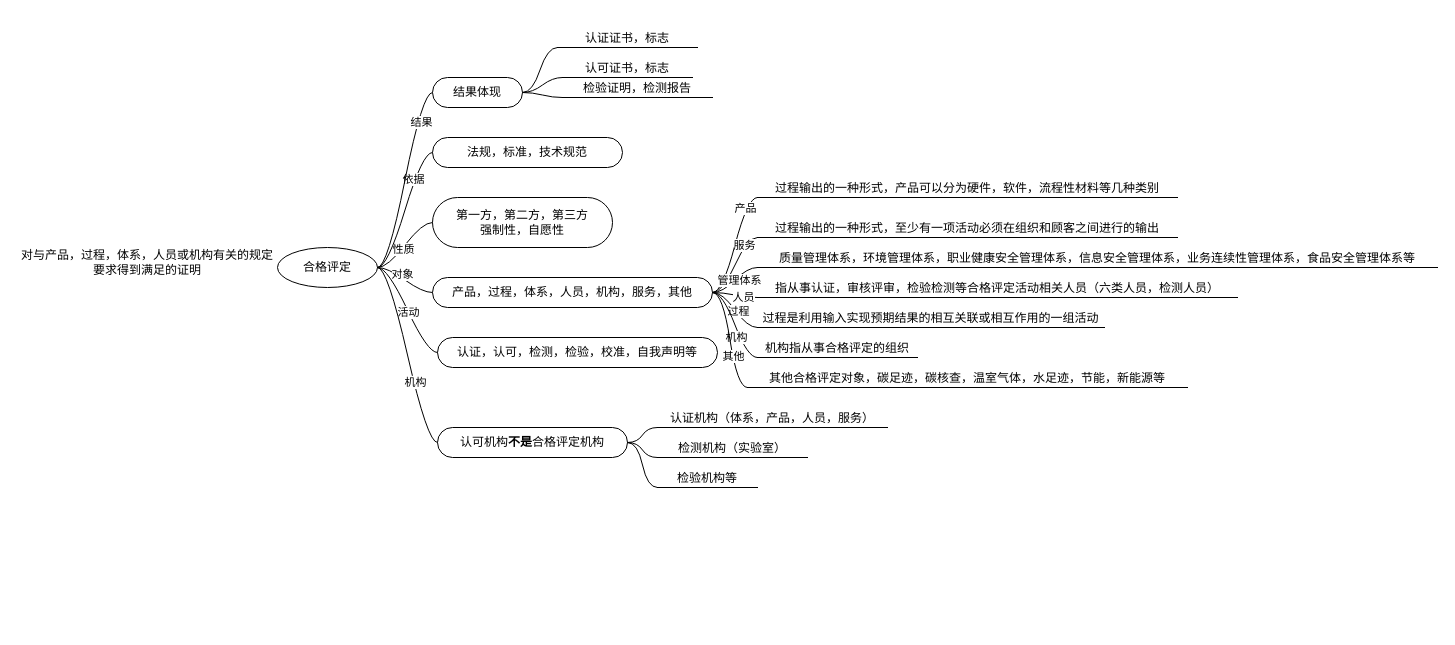
Before: 合格评定.drawio in f23505106/drawio, a draw.io diagram. Source tidied: cells renumbered, new cells numbered last; positions are measured from the earlier drawing's top-left corner, leaving out a move shared by most shapes. Both pictures are drawn from the tidied source at 100%, with x=0, y=0 at pixel (17, 17).
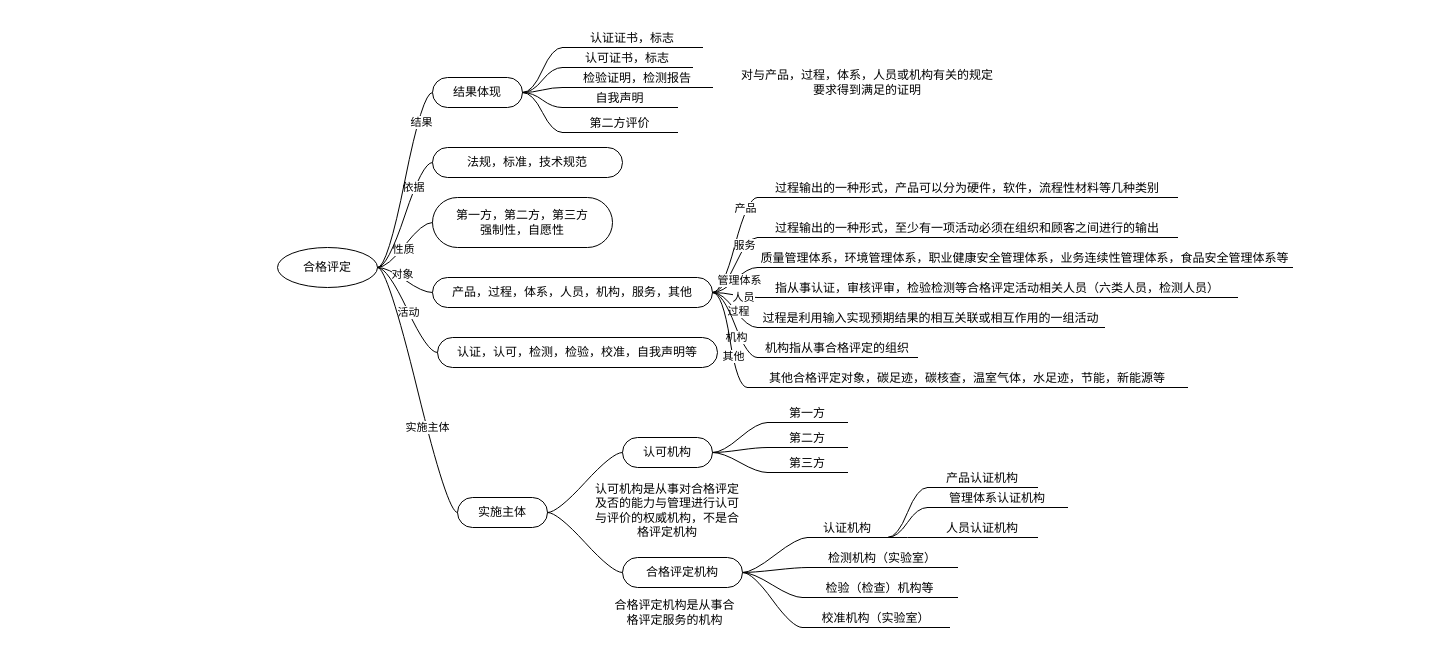
Above is the later version.

The change refers to these unchanged cells:
```xml
<mxCell id="35" style="edgeStyle=entityRelationEdgeStyle;startArrow=none;endArrow=none;segment=10;curved=1;sourcePerimeterSpacing=0;targetPerimeterSpacing=0;rounded=0;exitX=1;exitY=0.5;exitDx=0;exitDy=0;" parent="1" edge="1" source="2" target="34">
  <mxGeometry relative="1" as="geometry" />
</mxCell>
<mxCell id="46" value="结果体现" style="whiteSpace=wrap;html=1;rounded=1;arcSize=50;align=center;verticalAlign=middle;strokeWidth=1;spacing=4;newEdgeStyle={&quot;edgeStyle&quot;:&quot;entityRelationEdgeStyle&quot;,&quot;startArrow&quot;:&quot;none&quot;,&quot;endArrow&quot;:&quot;none&quot;,&quot;segment&quot;:10,&quot;curved&quot;:1,&quot;sourcePerimeterSpacing&quot;:0,&quot;targetPerimeterSpacing&quot;:0};" parent="1" vertex="1">
  <mxGeometry x="415" y="60" width="90" height="30" as="geometry" />
</mxCell>
```

The edit, as a diff of the source:
```diff
@@
     <mxCell id="3" value="对与产品，过程，体系，人员或机构有关的规定要求得到满足的证明" style="text;html=1;strokeColor=none;fillColor=none;align=center;verticalAlign=middle;whiteSpace=wrap;rounded=0;" parent="1" vertex="1">
-      <mxGeometry y="230" width="260" height="30" as="geometry" />
+      <mxGeometry x="720" y="50" width="260" height="30" as="geometry" />
     </mxCell>
@@
-    <mxCell id="16" value="质量管理体系，环境管理体系，职业健康安全管理体系，信息安全管理体系，业务连续性管理体系，食品安全管理体系等" style="whiteSpace=wrap;html=1;shape=partialRectangle;top=0;left=0;bottom=1;right=0;points=[[0,1],[1,1]];fillColor=none;align=center;verticalAlign=bottom;routingCenterY=0.5;snapToPoint=1;newEdgeStyle={&quot;edgeStyle&quot;:&quot;entityRelationEdgeStyle&quot;,&quot;startArrow&quot;:&quot;none&quot;,&quot;endArrow&quot;:&quot;none&quot;,&quot;segment&quot;:10,&quot;curved&quot;:1,&quot;sourcePerimeterSpacing&quot;:0,&quot;targetPerimeterSpacing&quot;:0};" parent="1" vertex="1">
-      <mxGeometry x="740" y="230" width="680" height="20" as="geometry" />
+    <mxCell id="16" value="质量管理体系，环境管理体系，职业健康安全管理体系，业务连续性管理体系，食品安全管理体系等" style="whiteSpace=wrap;html=1;shape=partialRectangle;top=0;left=0;bottom=1;right=0;points=[[0,1],[1,1]];fillColor=none;align=center;verticalAlign=bottom;routingCenterY=0.5;snapToPoint=1;newEdgeStyle={&quot;edgeStyle&quot;:&quot;entityRelationEdgeStyle&quot;,&quot;startArrow&quot;:&quot;none&quot;,&quot;endArrow&quot;:&quot;none&quot;,&quot;segment&quot;:10,&quot;curved&quot;:1,&quot;sourcePerimeterSpacing&quot;:0,&quot;targetPerimeterSpacing&quot;:0};" parent="1" vertex="1">
+      <mxGeometry x="740" y="220" width="535" height="30" as="geometry" />
     </mxCell>
@@
-    <mxCell id="34" value="认可机构&lt;b&gt;不是&lt;/b&gt;合格评定机构" style="whiteSpace=wrap;html=1;rounded=1;arcSize=50;align=center;verticalAlign=middle;strokeWidth=1;spacing=4;newEdgeStyle={&quot;edgeStyle&quot;:&quot;entityRelationEdgeStyle&quot;,&quot;startArrow&quot;:&quot;none&quot;,&quot;endArrow&quot;:&quot;none&quot;,&quot;segment&quot;:10,&quot;curved&quot;:1,&quot;sourcePerimeterSpacing&quot;:0,&quot;targetPerimeterSpacing&quot;:0};" parent="1" vertex="1">
-      <mxGeometry x="420" y="410" width="190" height="30" as="geometry" />
+    <mxCell id="34" value="实施主体" style="whiteSpace=wrap;html=1;rounded=1;arcSize=50;align=center;verticalAlign=middle;strokeWidth=1;spacing=4;newEdgeStyle={&quot;edgeStyle&quot;:&quot;entityRelationEdgeStyle&quot;,&quot;startArrow&quot;:&quot;none&quot;,&quot;endArrow&quot;:&quot;none&quot;,&quot;segment&quot;:10,&quot;curved&quot;:1,&quot;sourcePerimeterSpacing&quot;:0,&quot;targetPerimeterSpacing&quot;:0};" parent="1" vertex="1">
+      <mxGeometry x="440" y="480" width="90" height="30" as="geometry" />
     </mxCell>
@@
-    <mxCell id="36" value="机构" style="edgeLabel;html=1;align=center;verticalAlign=middle;" parent="35" vertex="1">
+    <mxCell id="36" value="实施主体" style="edgeLabel;html=1;align=center;verticalAlign=middle;" parent="35" vertex="1">
       <mxGeometry x="0.28" y="1" relative="1" as="geometry" />
     </mxCell>
-    <mxCell id="37" value="认证机构（体系，产品，人员，服务）" style="whiteSpace=wrap;html=1;shape=partialRectangle;top=0;left=0;bottom=1;right=0;points=[[0,1],[1,1]];fillColor=none;align=center;verticalAlign=bottom;routingCenterY=0.5;snapToPoint=1;newEdgeStyle={&quot;edgeStyle&quot;:&quot;entityRelationEdgeStyle&quot;,&quot;startArrow&quot;:&quot;none&quot;,&quot;endArrow&quot;:&quot;none&quot;,&quot;segment&quot;:10,&quot;curved&quot;:1,&quot;sourcePerimeterSpacing&quot;:0,&quot;targetPerimeterSpacing&quot;:0};" parent="1" vertex="1">
-      <mxGeometry x="640" y="380" width="230" height="30" as="geometry" />
+    <mxCell id="37" value="认证机构" style="whiteSpace=wrap;html=1;shape=partialRectangle;top=0;left=0;bottom=1;right=0;points=[[0,1],[1,1]];fillColor=none;align=center;verticalAlign=bottom;routingCenterY=0.5;snapToPoint=1;newEdgeStyle={&quot;edgeStyle&quot;:&quot;entityRelationEdgeStyle&quot;,&quot;startArrow&quot;:&quot;none&quot;,&quot;endArrow&quot;:&quot;none&quot;,&quot;segment&quot;:10,&quot;curved&quot;:1,&quot;sourcePerimeterSpacing&quot;:0,&quot;targetPerimeterSpacing&quot;:0};" parent="1" vertex="1">
+      <mxGeometry x="790" y="490" width="80" height="30" as="geometry" />
     </mxCell>
-    <mxCell id="38" style="edgeStyle=entityRelationEdgeStyle;startArrow=none;endArrow=none;segment=10;curved=1;sourcePerimeterSpacing=0;targetPerimeterSpacing=0;rounded=0;exitX=1;exitY=0.5;exitDx=0;exitDy=0;" parent="1" edge="1" source="34" target="37">
+    <mxCell id="38" style="edgeStyle=entityRelationEdgeStyle;startArrow=none;endArrow=none;segment=10;curved=1;sourcePerimeterSpacing=0;targetPerimeterSpacing=0;rounded=0;exitX=1;exitY=0.5;exitDx=0;exitDy=0;" parent="1" edge="1" source="59" target="37">
       <mxGeometry relative="1" as="geometry" />
     </mxCell>
     <mxCell id="39" value="检测机构（实验室）" style="whiteSpace=wrap;html=1;shape=partialRectangle;top=0;left=0;bottom=1;right=0;points=[[0,1],[1,1]];fillColor=none;align=center;verticalAlign=bottom;routingCenterY=0.5;snapToPoint=1;newEdgeStyle={&quot;edgeStyle&quot;:&quot;entityRelationEdgeStyle&quot;,&quot;startArrow&quot;:&quot;none&quot;,&quot;endArrow&quot;:&quot;none&quot;,&quot;segment&quot;:10,&quot;curved&quot;:1,&quot;sourcePerimeterSpacing&quot;:0,&quot;targetPerimeterSpacing&quot;:0};" parent="1" vertex="1">
-      <mxGeometry x="640" y="410" width="150" height="30" as="geometry" />
+      <mxGeometry x="790" y="520" width="150" height="30" as="geometry" />
     </mxCell>
-    <mxCell id="40" style="edgeStyle=entityRelationEdgeStyle;startArrow=none;endArrow=none;segment=10;curved=1;sourcePerimeterSpacing=0;targetPerimeterSpacing=0;rounded=0;exitX=1;exitY=0.5;exitDx=0;exitDy=0;" parent="1" edge="1" source="34" target="39">
+    <mxCell id="40" style="edgeStyle=entityRelationEdgeStyle;startArrow=none;endArrow=none;segment=10;curved=1;sourcePerimeterSpacing=0;targetPerimeterSpacing=0;rounded=0;exitX=1;exitY=0.5;exitDx=0;exitDy=0;" parent="1" edge="1" source="59" target="39">
       <mxGeometry relative="1" as="geometry" />
     </mxCell>
-    <mxCell id="41" value="检验机构等" style="whiteSpace=wrap;html=1;shape=partialRectangle;top=0;left=0;bottom=1;right=0;points=[[0,1],[1,1]];fillColor=none;align=center;verticalAlign=bottom;routingCenterY=0.5;snapToPoint=1;newEdgeStyle={&quot;edgeStyle&quot;:&quot;entityRelationEdgeStyle&quot;,&quot;startArrow&quot;:&quot;none&quot;,&quot;endArrow&quot;:&quot;none&quot;,&quot;segment&quot;:10,&quot;curved&quot;:1,&quot;sourcePerimeterSpacing&quot;:0,&quot;targetPerimeterSpacing&quot;:0};" parent="1" vertex="1">
-      <mxGeometry x="640" y="440" width="100" height="30" as="geometry" />
+    <mxCell id="41" value="检验（检查）机构等" style="whiteSpace=wrap;html=1;shape=partialRectangle;top=0;left=0;bottom=1;right=0;points=[[0,1],[1,1]];fillColor=none;align=center;verticalAlign=bottom;routingCenterY=0.5;snapToPoint=1;newEdgeStyle={&quot;edgeStyle&quot;:&quot;entityRelationEdgeStyle&quot;,&quot;startArrow&quot;:&quot;none&quot;,&quot;endArrow&quot;:&quot;none&quot;,&quot;segment&quot;:10,&quot;curved&quot;:1,&quot;sourcePerimeterSpacing&quot;:0,&quot;targetPerimeterSpacing&quot;:0};" parent="1" vertex="1">
+      <mxGeometry x="785" y="560" width="155" height="20" as="geometry" />
     </mxCell>
-    <mxCell id="42" style="edgeStyle=entityRelationEdgeStyle;startArrow=none;endArrow=none;segment=10;curved=1;sourcePerimeterSpacing=0;targetPerimeterSpacing=0;rounded=0;exitX=1;exitY=0.5;exitDx=0;exitDy=0;" parent="1" edge="1" source="34" target="41">
+    <mxCell id="42" style="edgeStyle=entityRelationEdgeStyle;startArrow=none;endArrow=none;segment=10;curved=1;sourcePerimeterSpacing=0;targetPerimeterSpacing=0;rounded=0;exitX=1;exitY=0.5;exitDx=0;exitDy=0;" parent="1" edge="1" source="59" target="41">
       <mxGeometry relative="1" as="geometry" />
     </mxCell>
     <mxCell id="43" value="法规，标准，技术规范" style="whiteSpace=wrap;html=1;rounded=1;arcSize=50;align=center;verticalAlign=middle;strokeWidth=1;spacing=4;newEdgeStyle={&quot;edgeStyle&quot;:&quot;entityRelationEdgeStyle&quot;,&quot;startArrow&quot;:&quot;none&quot;,&quot;endArrow&quot;:&quot;none&quot;,&quot;segment&quot;:10,&quot;curved&quot;:1,&quot;sourcePerimeterSpacing&quot;:0,&quot;targetPerimeterSpacing&quot;:0};" parent="1" vertex="1">
-      <mxGeometry x="415" y="120" width="190" height="30" as="geometry" />
+      <mxGeometry x="415" y="130" width="190" height="30" as="geometry" />
     </mxCell>
@@
     <mxCell id="49" value="检验证明，检测报告" style="whiteSpace=wrap;html=1;shape=partialRectangle;top=0;left=0;bottom=1;right=0;points=[[0,1],[1,1]];fillColor=none;align=center;verticalAlign=bottom;routingCenterY=0.5;snapToPoint=1;newEdgeStyle={&quot;edgeStyle&quot;:&quot;entityRelationEdgeStyle&quot;,&quot;startArrow&quot;:&quot;none&quot;,&quot;endArrow&quot;:&quot;none&quot;,&quot;segment&quot;:10,&quot;curved&quot;:1,&quot;sourcePerimeterSpacing&quot;:0,&quot;targetPerimeterSpacing&quot;:0};" parent="1" vertex="1">
-      <mxGeometry x="545" y="60" width="150" height="20" as="geometry" />
+      <mxGeometry x="545" y="50" width="150" height="20" as="geometry" />
     </mxCell>
@@
     <mxCell id="51" value="认可证书，标志" style="whiteSpace=wrap;html=1;shape=partialRectangle;top=0;left=0;bottom=1;right=0;points=[[0,1],[1,1]];fillColor=none;align=center;verticalAlign=bottom;routingCenterY=0.5;snapToPoint=1;newEdgeStyle={&quot;edgeStyle&quot;:&quot;entityRelationEdgeStyle&quot;,&quot;startArrow&quot;:&quot;none&quot;,&quot;endArrow&quot;:&quot;none&quot;,&quot;segment&quot;:10,&quot;curved&quot;:1,&quot;sourcePerimeterSpacing&quot;:0,&quot;targetPerimeterSpacing&quot;:0};" parent="1" vertex="1">
-      <mxGeometry x="545" y="40" width="130" height="20" as="geometry" />
+      <mxGeometry x="545" y="30" width="130" height="20" as="geometry" />
     </mxCell>
@@
     <mxCell id="53" value="认证证书，标志" style="whiteSpace=wrap;html=1;shape=partialRectangle;top=0;left=0;bottom=1;right=0;points=[[0,1],[1,1]];fillColor=none;align=center;verticalAlign=bottom;routingCenterY=0.5;snapToPoint=1;newEdgeStyle={&quot;edgeStyle&quot;:&quot;entityRelationEdgeStyle&quot;,&quot;startArrow&quot;:&quot;none&quot;,&quot;endArrow&quot;:&quot;none&quot;,&quot;segment&quot;:10,&quot;curved&quot;:1,&quot;sourcePerimeterSpacing&quot;:0,&quot;targetPerimeterSpacing&quot;:0};" parent="1" vertex="1">
-      <mxGeometry x="540" width="140" height="30" as="geometry" />
+      <mxGeometry x="545" y="10" width="140" height="20" as="geometry" />
     </mxCell>
@@
+    <mxCell id="55" value="自我声明" style="whiteSpace=wrap;html=1;shape=partialRectangle;top=0;left=0;bottom=1;right=0;points=[[0,1],[1,1]];fillColor=none;align=center;verticalAlign=bottom;routingCenterY=0.5;snapToPoint=1;newEdgeStyle={&quot;edgeStyle&quot;:&quot;entityRelationEdgeStyle&quot;,&quot;startArrow&quot;:&quot;none&quot;,&quot;endArrow&quot;:&quot;none&quot;,&quot;segment&quot;:10,&quot;curved&quot;:1,&quot;sourcePerimeterSpacing&quot;:0,&quot;targetPerimeterSpacing&quot;:0};" parent="1" vertex="1">
+      <mxGeometry x="545" y="70" width="115" height="20" as="geometry" />
+    </mxCell>
+    <mxCell id="56" style="edgeStyle=entityRelationEdgeStyle;startArrow=none;endArrow=none;segment=10;curved=1;sourcePerimeterSpacing=0;targetPerimeterSpacing=0;rounded=0;exitX=1;exitY=0.5;exitDx=0;exitDy=0;" parent="1" edge="1" source="46" target="55">
+      <mxGeometry relative="1" as="geometry" />
+    </mxCell>
+    <mxCell id="57" value="第二方评价" style="whiteSpace=wrap;html=1;shape=partialRectangle;top=0;left=0;bottom=1;right=0;points=[[0,1],[1,1]];fillColor=none;align=center;verticalAlign=bottom;routingCenterY=0.5;snapToPoint=1;newEdgeStyle={&quot;edgeStyle&quot;:&quot;entityRelationEdgeStyle&quot;,&quot;startArrow&quot;:&quot;none&quot;,&quot;endArrow&quot;:&quot;none&quot;,&quot;segment&quot;:10,&quot;curved&quot;:1,&quot;sourcePerimeterSpacing&quot;:0,&quot;targetPerimeterSpacing&quot;:0};" parent="1" vertex="1">
+      <mxGeometry x="545" y="90" width="115" height="25" as="geometry" />
+    </mxCell>
+    <mxCell id="58" style="edgeStyle=entityRelationEdgeStyle;startArrow=none;endArrow=none;segment=10;curved=1;sourcePerimeterSpacing=0;targetPerimeterSpacing=0;rounded=0;exitX=1;exitY=0.5;exitDx=0;exitDy=0;" parent="1" edge="1" source="46" target="57">
+      <mxGeometry relative="1" as="geometry" />
+    </mxCell>
+    <mxCell id="59" value="合格评定机构" style="whiteSpace=wrap;html=1;rounded=1;arcSize=50;align=center;verticalAlign=middle;strokeWidth=1;spacing=4;newEdgeStyle={&quot;edgeStyle&quot;:&quot;entityRelationEdgeStyle&quot;,&quot;startArrow&quot;:&quot;none&quot;,&quot;endArrow&quot;:&quot;none&quot;,&quot;segment&quot;:10,&quot;curved&quot;:1,&quot;sourcePerimeterSpacing&quot;:0,&quot;targetPerimeterSpacing&quot;:0};" parent="1" vertex="1">
+      <mxGeometry x="605" y="540" width="120" height="30" as="geometry" />
+    </mxCell>
+    <mxCell id="60" style="edgeStyle=entityRelationEdgeStyle;startArrow=none;endArrow=none;segment=10;curved=1;sourcePerimeterSpacing=0;targetPerimeterSpacing=0;rounded=0;exitX=1;exitY=0.5;exitDx=0;exitDy=0;" parent="1" edge="1" source="34" target="59">
+      <mxGeometry relative="1" as="geometry" />
+    </mxCell>
+    <mxCell id="61" value="认可机构" style="whiteSpace=wrap;html=1;rounded=1;arcSize=50;align=center;verticalAlign=middle;strokeWidth=1;spacing=4;newEdgeStyle={&quot;edgeStyle&quot;:&quot;entityRelationEdgeStyle&quot;,&quot;startArrow&quot;:&quot;none&quot;,&quot;endArrow&quot;:&quot;none&quot;,&quot;segment&quot;:10,&quot;curved&quot;:1,&quot;sourcePerimeterSpacing&quot;:0,&quot;targetPerimeterSpacing&quot;:0};" parent="1" vertex="1">
+      <mxGeometry x="605" y="420" width="90" height="30" as="geometry" />
+    </mxCell>
+    <mxCell id="62" style="edgeStyle=entityRelationEdgeStyle;startArrow=none;endArrow=none;segment=10;curved=1;sourcePerimeterSpacing=0;targetPerimeterSpacing=0;rounded=0;exitX=1;exitY=0.5;exitDx=0;exitDy=0;" parent="1" edge="1" source="34" target="61">
+      <mxGeometry relative="1" as="geometry" />
+    </mxCell>
+    <mxCell id="63" value="校准机构（实验室）" style="whiteSpace=wrap;html=1;shape=partialRectangle;top=0;left=0;bottom=1;right=0;points=[[0,1],[1,1]];fillColor=none;align=center;verticalAlign=bottom;routingCenterY=0.5;snapToPoint=1;newEdgeStyle={&quot;edgeStyle&quot;:&quot;entityRelationEdgeStyle&quot;,&quot;startArrow&quot;:&quot;none&quot;,&quot;endArrow&quot;:&quot;none&quot;,&quot;segment&quot;:10,&quot;curved&quot;:1,&quot;sourcePerimeterSpacing&quot;:0,&quot;targetPerimeterSpacing&quot;:0};" parent="1" vertex="1">
+      <mxGeometry x="785" y="590" width="147" height="20" as="geometry" />
+    </mxCell>
+    <mxCell id="64" style="edgeStyle=entityRelationEdgeStyle;startArrow=none;endArrow=none;segment=10;curved=1;sourcePerimeterSpacing=0;targetPerimeterSpacing=0;rounded=0;exitX=1;exitY=0.5;exitDx=0;exitDy=0;" parent="1" edge="1" source="59" target="63">
+      <mxGeometry relative="1" as="geometry" />
+    </mxCell>
+    <mxCell id="65" value="产品认证机构" style="whiteSpace=wrap;html=1;shape=partialRectangle;top=0;left=0;bottom=1;right=0;points=[[0,1],[1,1]];fillColor=none;align=center;verticalAlign=bottom;routingCenterY=0.5;snapToPoint=1;newEdgeStyle={&quot;edgeStyle&quot;:&quot;entityRelationEdgeStyle&quot;,&quot;startArrow&quot;:&quot;none&quot;,&quot;endArrow&quot;:&quot;none&quot;,&quot;segment&quot;:10,&quot;curved&quot;:1,&quot;sourcePerimeterSpacing&quot;:0,&quot;targetPerimeterSpacing&quot;:0};" parent="1" vertex="1">
+      <mxGeometry x="910" y="440" width="110" height="30" as="geometry" />
+    </mxCell>
+    <mxCell id="66" style="edgeStyle=entityRelationEdgeStyle;startArrow=none;endArrow=none;segment=10;curved=1;sourcePerimeterSpacing=0;targetPerimeterSpacing=0;rounded=0;" parent="1" edge="1" source="37" target="65">
+      <mxGeometry relative="1" as="geometry" />
+    </mxCell>
+    <mxCell id="67" value="管理体系认证机构" style="whiteSpace=wrap;html=1;shape=partialRectangle;top=0;left=0;bottom=1;right=0;points=[[0,1],[1,1]];fillColor=none;align=center;verticalAlign=bottom;routingCenterY=0.5;snapToPoint=1;newEdgeStyle={&quot;edgeStyle&quot;:&quot;entityRelationEdgeStyle&quot;,&quot;startArrow&quot;:&quot;none&quot;,&quot;endArrow&quot;:&quot;none&quot;,&quot;segment&quot;:10,&quot;curved&quot;:1,&quot;sourcePerimeterSpacing&quot;:0,&quot;targetPerimeterSpacing&quot;:0};" parent="1" vertex="1">
+      <mxGeometry x="910" y="470" width="140" height="20" as="geometry" />
+    </mxCell>
+    <mxCell id="68" style="edgeStyle=entityRelationEdgeStyle;startArrow=none;endArrow=none;segment=10;curved=1;sourcePerimeterSpacing=0;targetPerimeterSpacing=0;rounded=0;" parent="1" edge="1" source="37" target="67">
+      <mxGeometry relative="1" as="geometry" />
+    </mxCell>
+    <mxCell id="69" value="人员认证机构" style="whiteSpace=wrap;html=1;shape=partialRectangle;top=0;left=0;bottom=1;right=0;points=[[0,1],[1,1]];fillColor=none;align=center;verticalAlign=bottom;routingCenterY=0.5;snapToPoint=1;newEdgeStyle={&quot;edgeStyle&quot;:&quot;entityRelationEdgeStyle&quot;,&quot;startArrow&quot;:&quot;none&quot;,&quot;endArrow&quot;:&quot;none&quot;,&quot;segment&quot;:10,&quot;curved&quot;:1,&quot;sourcePerimeterSpacing&quot;:0,&quot;targetPerimeterSpacing&quot;:0};" parent="1" vertex="1">
+      <mxGeometry x="910" y="490" width="110" height="30" as="geometry" />
+    </mxCell>
+    <mxCell id="70" style="edgeStyle=entityRelationEdgeStyle;startArrow=none;endArrow=none;segment=10;curved=1;sourcePerimeterSpacing=0;targetPerimeterSpacing=0;rounded=0;" parent="1" edge="1" source="37" target="69">
+      <mxGeometry relative="1" as="geometry" />
+    </mxCell>
+    <mxCell id="71" value="合格评定机构是从事合格评定服务的机构" style="text;html=1;strokeColor=none;fillColor=none;align=center;verticalAlign=middle;whiteSpace=wrap;rounded=0;" parent="1" vertex="1">
+      <mxGeometry x="595" y="580" width="125" height="30" as="geometry" />
+    </mxCell>
+    <mxCell id="72" value="认可机构是从事对合格评定及否的能力与管理进行认可与评价的权威机构，不是合格评定机构" style="text;html=1;strokeColor=none;fillColor=none;align=center;verticalAlign=middle;whiteSpace=wrap;rounded=0;" parent="1" vertex="1">
+      <mxGeometry x="575" y="465" width="150" height="55" as="geometry" />
+    </mxCell>
+    <mxCell id="73" value="第一方" style="whiteSpace=wrap;html=1;shape=partialRectangle;top=0;left=0;bottom=1;right=0;points=[[0,1],[1,1]];fillColor=none;align=center;verticalAlign=bottom;routingCenterY=0.5;snapToPoint=1;newEdgeStyle={&quot;edgeStyle&quot;:&quot;entityRelationEdgeStyle&quot;,&quot;startArrow&quot;:&quot;none&quot;,&quot;endArrow&quot;:&quot;none&quot;,&quot;segment&quot;:10,&quot;curved&quot;:1,&quot;sourcePerimeterSpacing&quot;:0,&quot;targetPerimeterSpacing&quot;:0};" parent="1" vertex="1">
+      <mxGeometry x="750" y="375" width="80" height="30" as="geometry" />
+    </mxCell>
+    <mxCell id="74" style="edgeStyle=entityRelationEdgeStyle;startArrow=none;endArrow=none;segment=10;curved=1;sourcePerimeterSpacing=0;targetPerimeterSpacing=0;rounded=0;exitX=1;exitY=0.5;exitDx=0;exitDy=0;" parent="1" edge="1" source="61" target="73">
+      <mxGeometry relative="1" as="geometry" />
+    </mxCell>
+    <mxCell id="75" value="第二方" style="whiteSpace=wrap;html=1;shape=partialRectangle;top=0;left=0;bottom=1;right=0;points=[[0,1],[1,1]];fillColor=none;align=center;verticalAlign=bottom;routingCenterY=0.5;snapToPoint=1;newEdgeStyle={&quot;edgeStyle&quot;:&quot;entityRelationEdgeStyle&quot;,&quot;startArrow&quot;:&quot;none&quot;,&quot;endArrow&quot;:&quot;none&quot;,&quot;segment&quot;:10,&quot;curved&quot;:1,&quot;sourcePerimeterSpacing&quot;:0,&quot;targetPerimeterSpacing&quot;:0};" parent="1" vertex="1">
+      <mxGeometry x="750" y="400" width="80" height="30" as="geometry" />
+    </mxCell>
+    <mxCell id="76" style="edgeStyle=entityRelationEdgeStyle;startArrow=none;endArrow=none;segment=10;curved=1;sourcePerimeterSpacing=0;targetPerimeterSpacing=0;rounded=0;exitX=1;exitY=0.5;exitDx=0;exitDy=0;" parent="1" edge="1" source="61" target="75">
+      <mxGeometry relative="1" as="geometry" />
+    </mxCell>
+    <mxCell id="77" value="第三方" style="whiteSpace=wrap;html=1;shape=partialRectangle;top=0;left=0;bottom=1;right=0;points=[[0,1],[1,1]];fillColor=none;align=center;verticalAlign=bottom;routingCenterY=0.5;snapToPoint=1;newEdgeStyle={&quot;edgeStyle&quot;:&quot;entityRelationEdgeStyle&quot;,&quot;startArrow&quot;:&quot;none&quot;,&quot;endArrow&quot;:&quot;none&quot;,&quot;segment&quot;:10,&quot;curved&quot;:1,&quot;sourcePerimeterSpacing&quot;:0,&quot;targetPerimeterSpacing&quot;:0};" parent="1" vertex="1">
+      <mxGeometry x="750" y="425" width="80" height="30" as="geometry" />
+    </mxCell>
+    <mxCell id="78" style="edgeStyle=entityRelationEdgeStyle;startArrow=none;endArrow=none;segment=10;curved=1;sourcePerimeterSpacing=0;targetPerimeterSpacing=0;rounded=0;exitX=1;exitY=0.5;exitDx=0;exitDy=0;" parent="1" edge="1" source="61" target="77">
+      <mxGeometry relative="1" as="geometry" />
+    </mxCell>
```
